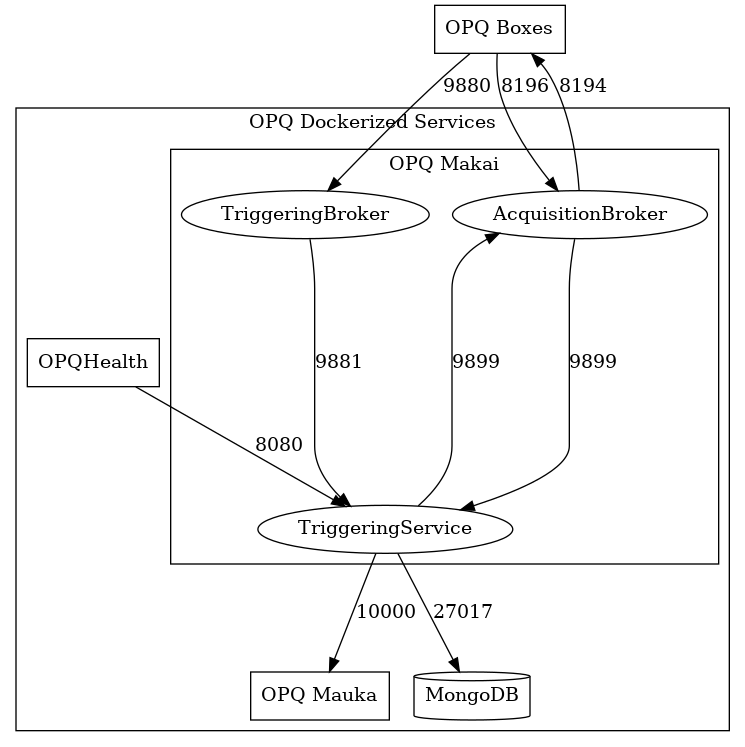
openpowerquality/opq keeps this Graphviz diagram as makai/makai.png. Above is the earlier version. Its source is kept beside it as makai/makai.dot.
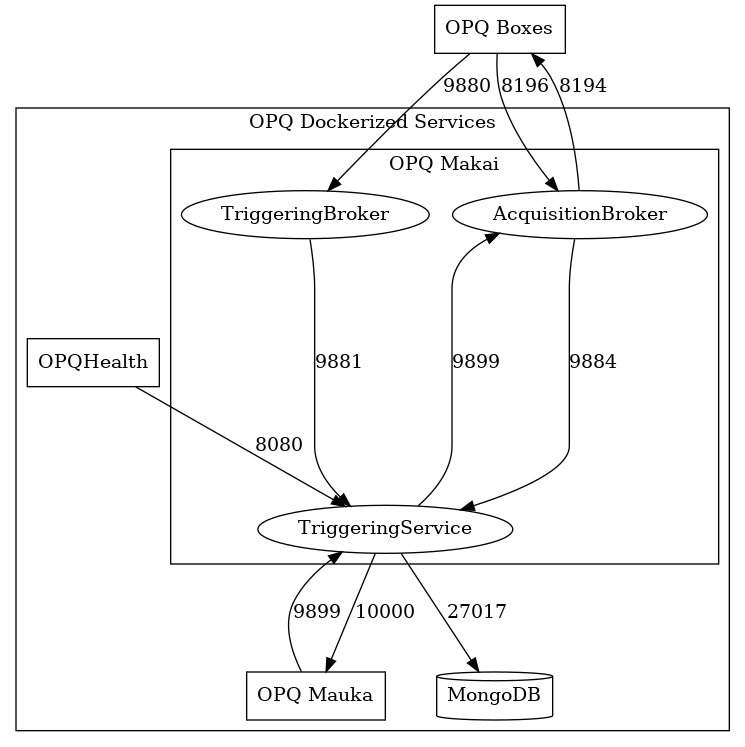
The same file after the commit.

What changed in the source:
```diff
@@ -17,9 +17,10 @@
 
     OPQBoxes -> AcquisitionBroker [label=8196]
     AcquisitionBroker -> OPQBoxes [label=8194]
-    AcquisitionBroker -> TriggeringService [label=9899]
+    AcquisitionBroker -> TriggeringService [label=9884]
 
     TriggeringService -> OPQMauka [label=10000]
+    OPQMauka -> TriggeringService [label=9899]
     TriggeringService -> MongoDB [label=27017]
     TriggeringService -> AcquisitionBroker [label=9899]
 
```
